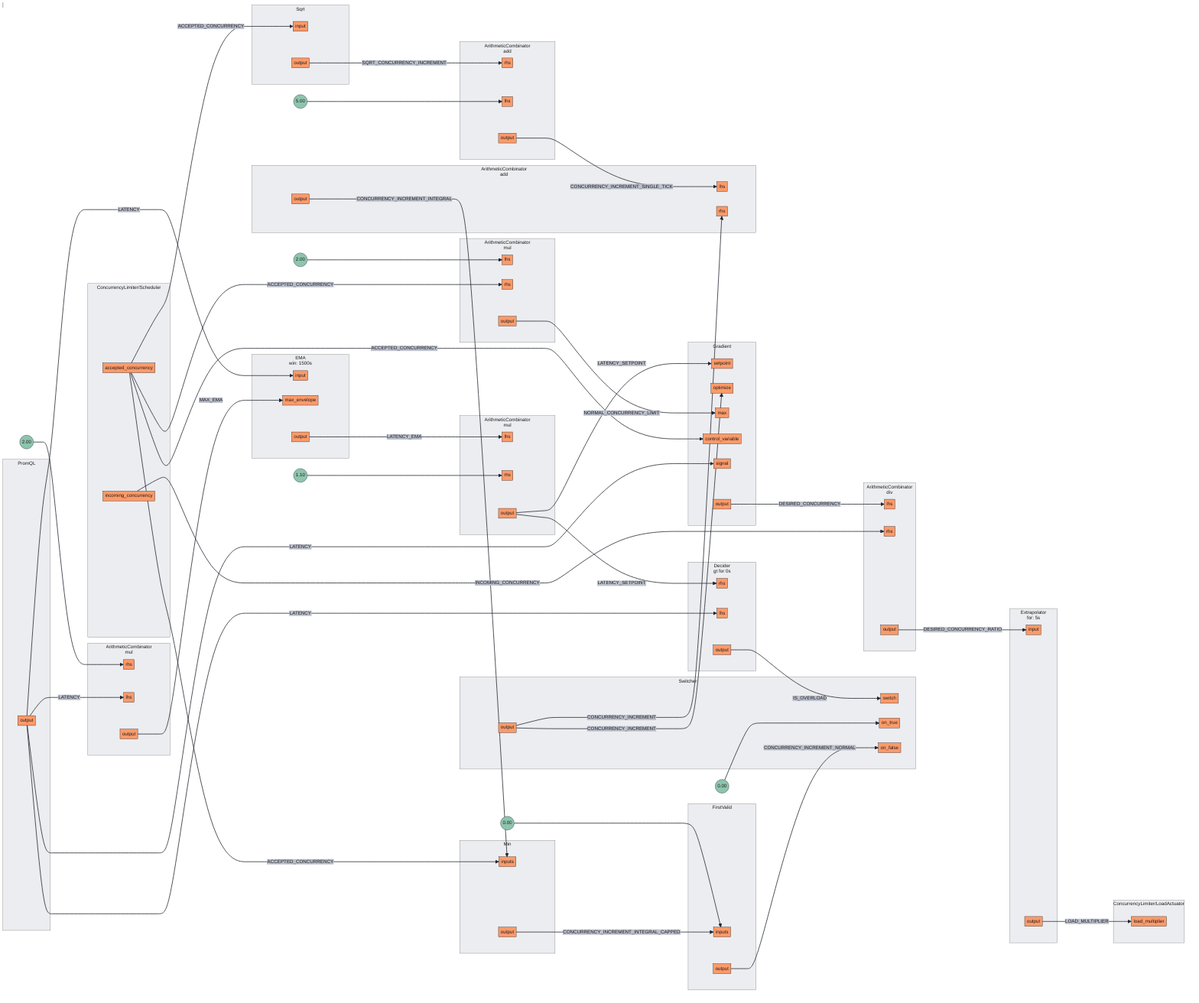
Before: docs/content/tutorials/flow-control/assets/workload-prioritization/workload-prioritization.mmd.png, a diagram exported from Mermaid (fluxninja/aperture). Its source is kept beside it as docs/content/tutorials/flow-control/assets/workload-prioritization/workload-prioritization.mmd. Source of this version:
```mermaid
flowchart LR
subgraph 0[<center>ArithmeticCombinator<br/>mul</center>]
subgraph 0_inports[ ]
style 0_inports fill:none,stroke:none
0rhs[rhs]
0lhs[lhs]
end
subgraph 0_outports[ ]
style 0_outports fill:none,stroke:none
0output[output]
end
end
FakeConstant0((2.00))
FakeConstant0 --> 0rhs
subgraph 1[<center>ArithmeticCombinator<br/>mul</center>]
subgraph 1_inports[ ]
style 1_inports fill:none,stroke:none
1lhs[lhs]
1rhs[rhs]
end
subgraph 1_outports[ ]
style 1_outports fill:none,stroke:none
1output[output]
end
end
FakeConstant1((1.10))
FakeConstant1 --> 1rhs
subgraph 2[<center>ArithmeticCombinator<br/>div</center>]
subgraph 2_inports[ ]
style 2_inports fill:none,stroke:none
2lhs[lhs]
2rhs[rhs]
end
subgraph 2_outports[ ]
style 2_outports fill:none,stroke:none
2output[output]
end
end
subgraph 3[<center>ArithmeticCombinator<br/>mul</center>]
subgraph 3_inports[ ]
style 3_inports fill:none,stroke:none
3lhs[lhs]
3rhs[rhs]
end
subgraph 3_outports[ ]
style 3_outports fill:none,stroke:none
3output[output]
end
end
FakeConstant2((2.00))
FakeConstant2 --> 3lhs
subgraph 4[<center>ArithmeticCombinator<br/>add</center>]
subgraph 4_inports[ ]
style 4_inports fill:none,stroke:none
4rhs[rhs]
4lhs[lhs]
end
subgraph 4_outports[ ]
style 4_outports fill:none,stroke:none
4output[output]
end
end
FakeConstant3((5.00))
FakeConstant3 --> 4lhs
subgraph 5[<center>ArithmeticCombinator<br/>add</center>]
subgraph 5_inports[ ]
style 5_inports fill:none,stroke:none
5lhs[lhs]
5rhs[rhs]
end
subgraph 5_outports[ ]
style 5_outports fill:none,stroke:none
5output[output]
end
end
subgraph 6[Min]
subgraph 6_inports[ ]
style 6_inports fill:none,stroke:none
6inputs[inputs]
6inputs[inputs]
end
subgraph 6_outports[ ]
style 6_outports fill:none,stroke:none
6output[output]
end
end
subgraph 7[FirstValid]
subgraph 7_inports[ ]
style 7_inports fill:none,stroke:none
7inputs[inputs]
7inputs[inputs]
end
subgraph 7_outports[ ]
style 7_outports fill:none,stroke:none
7output[output]
end
end
FakeConstant4((0.00))
FakeConstant4 --> 7inputs
subgraph 8[Sqrt]
subgraph 8_inports[ ]
style 8_inports fill:none,stroke:none
8input[input]
end
subgraph 8_outports[ ]
style 8_outports fill:none,stroke:none
8output[output]
end
end
subgraph 9[PromQL]
subgraph 9_outports[ ]
style 9_outports fill:none,stroke:none
9output[output]
end
end
subgraph 10[<center>EMA<br/>win: 1500s</center>]
subgraph 10_inports[ ]
style 10_inports fill:none,stroke:none
10input[input]
10max_envelope[max_envelope]
end
subgraph 10_outports[ ]
style 10_outports fill:none,stroke:none
10output[output]
end
end
subgraph 11[Gradient]
subgraph 11_inports[ ]
style 11_inports fill:none,stroke:none
11setpoint[setpoint]
11optimize[optimize]
11max[max]
11control_variable[control_variable]
11signal[signal]
end
subgraph 11_outports[ ]
style 11_outports fill:none,stroke:none
11output[output]
end
end
subgraph 12[<center>Extrapolator<br/>for: 5s</center>]
subgraph 12_inports[ ]
style 12_inports fill:none,stroke:none
12input[input]
end
subgraph 12_outports[ ]
style 12_outports fill:none,stroke:none
12output[output]
end
end
subgraph 13.Scheduler[ConcurrencyLimiter/Scheduler]
subgraph 13.Scheduler_outports[ ]
style 13.Scheduler_outports fill:none,stroke:none
13.Scheduleraccepted_concurrency[accepted_concurrency]
13.Schedulerincoming_concurrency[incoming_concurrency]
end
end
subgraph 13.LoadActuator[ConcurrencyLimiter/LoadActuator]
subgraph 13.LoadActuator_inports[ ]
style 13.LoadActuator_inports fill:none,stroke:none
13.LoadActuatorload_multiplier[load_multiplier]
end
end
subgraph 15[Switcher]
subgraph 15_inports[ ]
style 15_inports fill:none,stroke:none
15switch[switch]
15on_true[on_true]
15on_false[on_false]
end
subgraph 15_outports[ ]
style 15_outports fill:none,stroke:none
15output[output]
end
end
FakeConstant5((0.00))
FakeConstant5 --> 15on_true
subgraph 14[<center>Decider<br/>gt for 0s</center>]
subgraph 14_inports[ ]
style 14_inports fill:none,stroke:none
14rhs[rhs]
14lhs[lhs]
end
subgraph 14_outports[ ]
style 14_outports fill:none,stroke:none
14output[output]
end
end
0output --> |MAX_EMA| 10max_envelope
2output --> |DESIRED_CONCURRENCY_RATIO| 12input
3output --> |NORMAL_CONCURRENCY_LIMIT| 11max
13.Schedulerincoming_concurrency --> |INCOMING_CONCURRENCY| 2rhs
1output --> |LATENCY_SETPOINT| 11setpoint
1output --> |LATENCY_SETPOINT| 14rhs
4output --> |CONCURRENCY_INCREMENT_SINGLE_TICK| 5lhs
10output --> |LATENCY_EMA| 1lhs
11output --> |DESIRED_CONCURRENCY| 2lhs
13.Scheduleraccepted_concurrency --> |ACCEPTED_CONCURRENCY| 3rhs
13.Scheduleraccepted_concurrency --> |ACCEPTED_CONCURRENCY| 6inputs
13.Scheduleraccepted_concurrency --> |ACCEPTED_CONCURRENCY| 8input
13.Scheduleraccepted_concurrency --> |ACCEPTED_CONCURRENCY| 11control_variable
14output --> |IS_OVERLOAD| 15switch
5output --> |CONCURRENCY_INCREMENT_INTEGRAL| 6inputs
6output --> |CONCURRENCY_INCREMENT_INTEGRAL_CAPPED| 7inputs
9output --> |LATENCY| 0lhs
9output --> |LATENCY| 10input
9output --> |LATENCY| 11signal
9output --> |LATENCY| 14lhs
12output --> |LOAD_MULTIPLIER| 13.LoadActuatorload_multiplier
15output --> |CONCURRENCY_INCREMENT| 5rhs
15output --> |CONCURRENCY_INCREMENT| 11optimize
7output --> |CONCURRENCY_INCREMENT_NORMAL| 15on_false
8output --> |SQRT_CONCURRENCY_INCREMENT| 4rhs
```
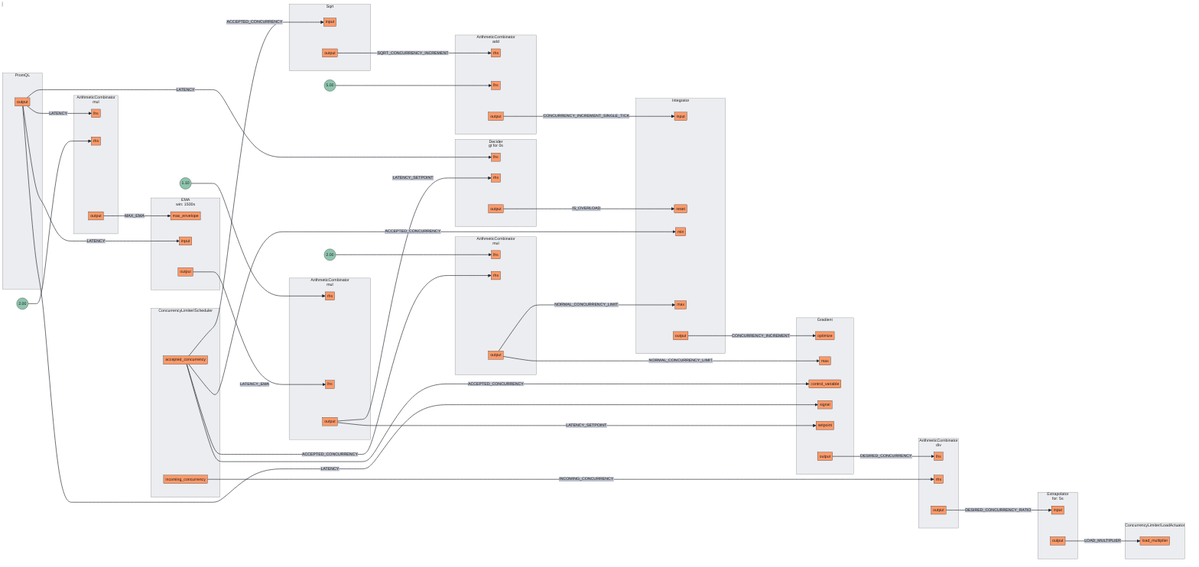
After the change.

Diff of the diagram source:
```diff
@@ -2,8 +2,8 @@
 subgraph 0[<center>ArithmeticCombinator<br/>mul</center>]
 subgraph 0_inports[ ]
 style 0_inports fill:none,stroke:none
+0lhs[lhs]
 0rhs[rhs]
-0lhs[lhs]
 end
 subgraph 0_outports[ ]
 style 0_outports fill:none,stroke:none
@@ -15,8 +15,8 @@
 subgraph 1[<center>ArithmeticCombinator<br/>mul</center>]
 subgraph 1_inports[ ]
 style 1_inports fill:none,stroke:none
+1rhs[rhs]
 1lhs[lhs]
-1rhs[rhs]
 end
 subgraph 1_outports[ ]
 style 1_outports fill:none,stroke:none
@@ -62,44 +62,39 @@
 end
 FakeConstant3((5.00))
 FakeConstant3 --> 4lhs
-subgraph 5[<center>ArithmeticCombinator<br/>add</center>]
+subgraph 5[Integrator]
 subgraph 5_inports[ ]
 style 5_inports fill:none,stroke:none
-5lhs[lhs]
-5rhs[rhs]
+5input[input]
+5reset[reset]
+5min[min]
+5max[max]
 end
 subgraph 5_outports[ ]
 style 5_outports fill:none,stroke:none
 5output[output]
 end
 end
-subgraph 6[Min]
+subgraph 6[Sqrt]
 subgraph 6_inports[ ]
 style 6_inports fill:none,stroke:none
-6inputs[inputs]
-6inputs[inputs]
+6input[input]
 end
 subgraph 6_outports[ ]
 style 6_outports fill:none,stroke:none
 6output[output]
 end
 end
-subgraph 7[FirstValid]
-subgraph 7_inports[ ]
-style 7_inports fill:none,stroke:none
-7inputs[inputs]
-7inputs[inputs]
-end
+subgraph 7[PromQL]
 subgraph 7_outports[ ]
 style 7_outports fill:none,stroke:none
 7output[output]
 end
 end
-FakeConstant4((0.00))
-FakeConstant4 --> 7inputs
-subgraph 8[Sqrt]
+subgraph 8[<center>EMA<br/>win: 1500s</center>]
 subgraph 8_inports[ ]
 style 8_inports fill:none,stroke:none
+8max_envelope[max_envelope]
 8input[input]
 end
 subgraph 8_outports[ ]
@@ -107,107 +102,73 @@
 8output[output]
 end
 end
-subgraph 9[PromQL]
+subgraph 9[Gradient]
+subgraph 9_inports[ ]
+style 9_inports fill:none,stroke:none
+9optimize[optimize]
+9max[max]
+9control_variable[control_variable]
+9signal[signal]
+9setpoint[setpoint]
+end
 subgraph 9_outports[ ]
 style 9_outports fill:none,stroke:none
 9output[output]
 end
 end
-subgraph 10[<center>EMA<br/>win: 1500s</center>]
+subgraph 10[<center>Extrapolator<br/>for: 5s</center>]
 subgraph 10_inports[ ]
 style 10_inports fill:none,stroke:none
 10input[input]
-10max_envelope[max_envelope]
 end
 subgraph 10_outports[ ]
 style 10_outports fill:none,stroke:none
 10output[output]
 end
 end
-subgraph 11[Gradient]
-subgraph 11_inports[ ]
-style 11_inports fill:none,stroke:none
-11setpoint[setpoint]
-11optimize[optimize]
-11max[max]
-11control_variable[control_variable]
-11signal[signal]
-end
-subgraph 11_outports[ ]
-style 11_outports fill:none,stroke:none
-11output[output]
+subgraph 11.Scheduler[ConcurrencyLimiter/Scheduler]
+subgraph 11.Scheduler_outports[ ]
+style 11.Scheduler_outports fill:none,stroke:none
+11.Scheduleraccepted_concurrency[accepted_concurrency]
+11.Schedulerincoming_concurrency[incoming_concurrency]
 end
 end
-subgraph 12[<center>Extrapolator<br/>for: 5s</center>]
+subgraph 11.LoadActuator[ConcurrencyLimiter/LoadActuator]
+subgraph 11.LoadActuator_inports[ ]
+style 11.LoadActuator_inports fill:none,stroke:none
+11.LoadActuatorload_multiplier[load_multiplier]
+end
+end
+subgraph 12[<center>Decider<br/>gt for 0s</center>]
 subgraph 12_inports[ ]
 style 12_inports fill:none,stroke:none
-12input[input]
+12lhs[lhs]
+12rhs[rhs]
 end
 subgraph 12_outports[ ]
 style 12_outports fill:none,stroke:none
 12output[output]
 end
 end
-subgraph 13.Scheduler[ConcurrencyLimiter/Scheduler]
-subgraph 13.Scheduler_outports[ ]
-style 13.Scheduler_outports fill:none,stroke:none
-13.Scheduleraccepted_concurrency[accepted_concurrency]
-13.Schedulerincoming_concurrency[incoming_concurrency]
-end
-end
-subgraph 13.LoadActuator[ConcurrencyLimiter/LoadActuator]
-subgraph 13.LoadActuator_inports[ ]
-style 13.LoadActuator_inports fill:none,stroke:none
-13.LoadActuatorload_multiplier[load_multiplier]
-end
-end
-subgraph 15[Switcher]
-subgraph 15_inports[ ]
-style 15_inports fill:none,stroke:none
-15switch[switch]
-15on_true[on_true]
-15on_false[on_false]
-end
-subgraph 15_outports[ ]
-style 15_outports fill:none,stroke:none
-15output[output]
-end
-end
-FakeConstant5((0.00))
-FakeConstant5 --> 15on_true
-subgraph 14[<center>Decider<br/>gt for 0s</center>]
-subgraph 14_inports[ ]
-style 14_inports fill:none,stroke:none
-14rhs[rhs]
-14lhs[lhs]
-end
-subgraph 14_outports[ ]
-style 14_outports fill:none,stroke:none
-14output[output]
-end
-end
-0output --> |MAX_EMA| 10max_envelope
-2output --> |DESIRED_CONCURRENCY_RATIO| 12input
-3output --> |NORMAL_CONCURRENCY_LIMIT| 11max
-13.Schedulerincoming_concurrency --> |INCOMING_CONCURRENCY| 2rhs
-1output --> |LATENCY_SETPOINT| 11setpoint
-1output --> |LATENCY_SETPOINT| 14rhs
-4output --> |CONCURRENCY_INCREMENT_SINGLE_TICK| 5lhs
-10output --> |LATENCY_EMA| 1lhs
-11output --> |DESIRED_CONCURRENCY| 2lhs
-13.Scheduleraccepted_concurrency --> |ACCEPTED_CONCURRENCY| 3rhs
-13.Scheduleraccepted_concurrency --> |ACCEPTED_CONCURRENCY| 6inputs
-13.Scheduleraccepted_concurrency --> |ACCEPTED_CONCURRENCY| 8input
-13.Scheduleraccepted_concurrency --> |ACCEPTED_CONCURRENCY| 11control_variable
-14output --> |IS_OVERLOAD| 15switch
-5output --> |CONCURRENCY_INCREMENT_INTEGRAL| 6inputs
-6output --> |CONCURRENCY_INCREMENT_INTEGRAL_CAPPED| 7inputs
-9output --> |LATENCY| 0lhs
-9output --> |LATENCY| 10input
-9output --> |LATENCY| 11signal
-9output --> |LATENCY| 14lhs
-12output --> |LOAD_MULTIPLIER| 13.LoadActuatorload_multiplier
-15output --> |CONCURRENCY_INCREMENT| 5rhs
-15output --> |CONCURRENCY_INCREMENT| 11optimize
-7output --> |CONCURRENCY_INCREMENT_NORMAL| 15on_false
-8output --> |SQRT_CONCURRENCY_INCREMENT| 4rhs
+5output --> |CONCURRENCY_INCREMENT| 9optimize
+10output --> |LOAD_MULTIPLIER| 11.LoadActuatorload_multiplier
+11.Scheduleraccepted_concurrency --> |ACCEPTED_CONCURRENCY| 3rhs
+11.Scheduleraccepted_concurrency --> |ACCEPTED_CONCURRENCY| 5min
+11.Scheduleraccepted_concurrency --> |ACCEPTED_CONCURRENCY| 6input
+11.Scheduleraccepted_concurrency --> |ACCEPTED_CONCURRENCY| 9control_variable
+0output --> |MAX_EMA| 8max_envelope
+4output --> |CONCURRENCY_INCREMENT_SINGLE_TICK| 5input
+3output --> |NORMAL_CONCURRENCY_LIMIT| 5max
+3output --> |NORMAL_CONCURRENCY_LIMIT| 9max
+6output --> |SQRT_CONCURRENCY_INCREMENT| 4rhs
+12output --> |IS_OVERLOAD| 5reset
+2output --> |DESIRED_CONCURRENCY_RATIO| 10input
+8output --> |LATENCY_EMA| 1lhs
+9output --> |DESIRED_CONCURRENCY| 2lhs
+11.Schedulerincoming_concurrency --> |INCOMING_CONCURRENCY| 2rhs
+1output --> |LATENCY_SETPOINT| 9setpoint
+1output --> |LATENCY_SETPOINT| 12rhs
+7output --> |LATENCY| 0lhs
+7output --> |LATENCY| 8input
+7output --> |LATENCY| 9signal
+7output --> |LATENCY| 12lhs
```
